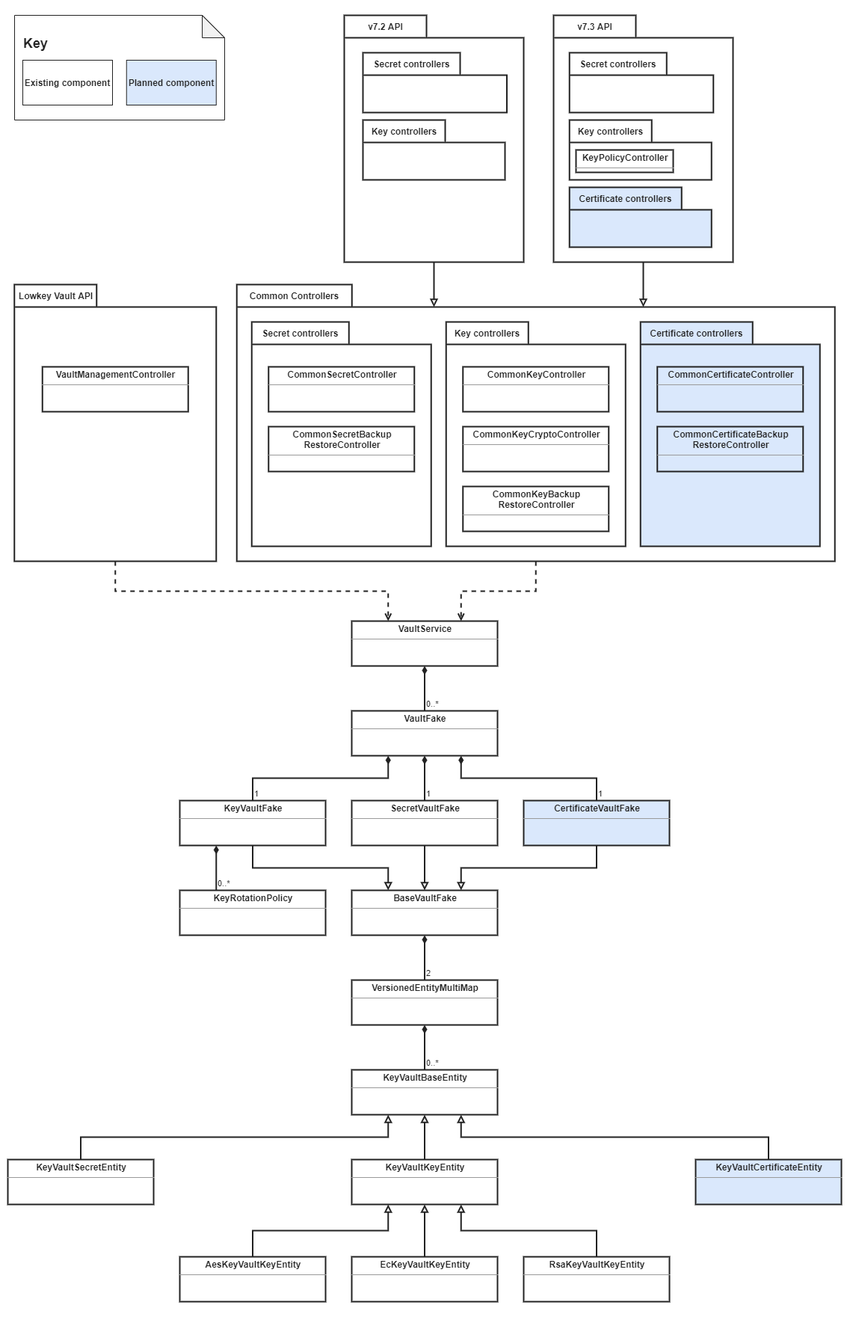
The draw.io diagram .github/assets/LowkeyVaultArchitecture-Classes.png in nagyesta/lowkey-vault, before a commit. Source tidied: cells renumbered, new cells last; positions are measured from the earlier drawing's top-left corner, leaving out a move shared by most shapes.
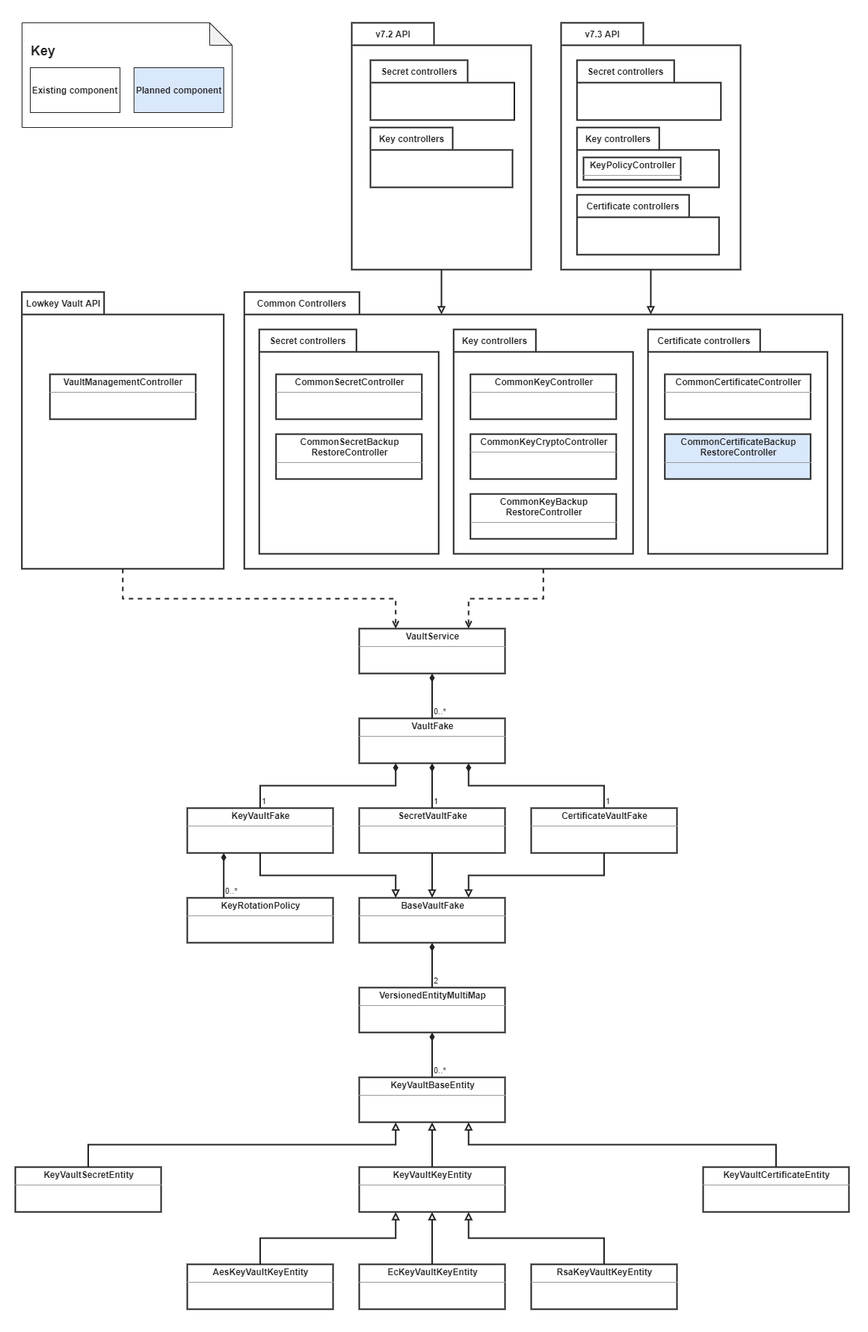
After the change.

Commit message:
Upload new version of architecture diagram

The edit, as a diff of the source:
```diff
@@ -29,7 +29,7 @@
     <mxCell id="10" value="&lt;p style=&quot;margin: 0px ; margin-top: 4px ; text-align: center&quot;&gt;&lt;b&gt;BaseVaultFake&lt;/b&gt;&lt;/p&gt;&lt;hr size=&quot;1&quot;&gt;&lt;div style=&quot;height: 2px&quot;&gt;&lt;/div&gt;" style="verticalAlign=top;align=left;overflow=fill;fontSize=12;fontFamily=Helvetica;html=1;strokeWidth=2;fillColor=#FFFFFF;strokeColor=#222222;fontColor=#222222;" parent="1" vertex="1">
       <mxGeometry x="470" y="1190" width="195" height="60" as="geometry" />
     </mxCell>
-    <mxCell id="11" value="&lt;p style=&quot;margin: 0px ; margin-top: 4px ; text-align: center&quot;&gt;&lt;b&gt;CertificateVaultFake&lt;/b&gt;&lt;/p&gt;&lt;hr size=&quot;1&quot;&gt;&lt;div style=&quot;height: 2px&quot;&gt;&lt;/div&gt;" style="verticalAlign=top;align=left;overflow=fill;fontSize=12;fontFamily=Helvetica;html=1;strokeWidth=2;strokeColor=#222222;fontColor=#222222;fillColor=#DAE8FC;" parent="1" vertex="1">
+    <mxCell id="11" value="&lt;p style=&quot;margin: 0px ; margin-top: 4px ; text-align: center&quot;&gt;&lt;b&gt;CertificateVaultFake&lt;/b&gt;&lt;/p&gt;&lt;hr size=&quot;1&quot;&gt;&lt;div style=&quot;height: 2px&quot;&gt;&lt;/div&gt;" style="verticalAlign=top;align=left;overflow=fill;fontSize=12;fontFamily=Helvetica;html=1;strokeWidth=2;strokeColor=#222222;fontColor=#222222;" parent="1" vertex="1">
       <mxGeometry x="700" y="1070" width="195" height="60" as="geometry" />
     </mxCell>
     <mxCell id="12" value="1" style="edgeStyle=orthogonalEdgeStyle;rounded=0;jettySize=auto;html=1;exitX=0.5;exitY=1;exitDx=0;exitDy=0;strokeWidth=2;startArrow=diamondThin;startFill=1;endArrow=none;endFill=0;labelPosition=right;verticalLabelPosition=top;align=left;verticalAlign=bottom;entryX=0.5;entryY=0;entryDx=0;entryDy=0;strokeColor=#222222;fontColor=#222222;" parent="1" edge="1" source="5" target="6">
@@ -62,7 +62,7 @@
     <mxCell id="21" value="&lt;p style=&quot;margin: 0px ; margin-top: 4px ; text-align: center&quot;&gt;&lt;b&gt;KeyVaultKeyEntity&lt;/b&gt;&lt;/p&gt;&lt;hr size=&quot;1&quot;&gt;&lt;div style=&quot;height: 2px&quot;&gt;&lt;/div&gt;" style="verticalAlign=top;align=left;overflow=fill;fontSize=12;fontFamily=Helvetica;html=1;strokeWidth=2;fillColor=#FFFFFF;strokeColor=#222222;fontColor=#222222;" parent="1" vertex="1">
       <mxGeometry x="470" y="1550" width="195" height="60" as="geometry" />
     </mxCell>
-    <mxCell id="22" value="&lt;p style=&quot;margin: 0px ; margin-top: 4px ; text-align: center&quot;&gt;&lt;b&gt;KeyVaultCertificateEntity&lt;/b&gt;&lt;/p&gt;&lt;hr size=&quot;1&quot;&gt;&lt;div style=&quot;height: 2px&quot;&gt;&lt;/div&gt;" style="verticalAlign=top;align=left;overflow=fill;fontSize=12;fontFamily=Helvetica;html=1;strokeWidth=2;strokeColor=#222222;fontColor=#222222;fillColor=#DAE8FC;" parent="1" vertex="1">
+    <mxCell id="22" value="&lt;p style=&quot;margin: 0px ; margin-top: 4px ; text-align: center&quot;&gt;&lt;b&gt;KeyVaultCertificateEntity&lt;/b&gt;&lt;/p&gt;&lt;hr size=&quot;1&quot;&gt;&lt;div style=&quot;height: 2px&quot;&gt;&lt;/div&gt;" style="verticalAlign=top;align=left;overflow=fill;fontSize=12;fontFamily=Helvetica;html=1;strokeWidth=2;strokeColor=#222222;fontColor=#222222;" parent="1" vertex="1">
       <mxGeometry x="930" y="1550" width="195" height="60" as="geometry" />
     </mxCell>
     <mxCell id="23" value="&lt;p style=&quot;margin: 0px ; margin-top: 4px ; text-align: center&quot;&gt;&lt;b&gt;AesKeyVaultKeyEntity&lt;/b&gt;&lt;/p&gt;&lt;hr size=&quot;1&quot;&gt;&lt;div style=&quot;height: 2px&quot;&gt;&lt;/div&gt;" style="verticalAlign=top;align=left;overflow=fill;fontSize=12;fontFamily=Helvetica;html=1;strokeWidth=2;fillColor=#FFFFFF;strokeColor=#222222;fontColor=#222222;" parent="1" vertex="1">
@@ -115,7 +115,7 @@
     <mxCell id="37" value="Key controllers" style="shape=folder;fontStyle=1;tabWidth=110;tabHeight=30;tabPosition=left;html=1;boundedLbl=1;labelInHeader=1;strokeWidth=2;fillColor=#FFFFFF;strokeColor=#222222;fontColor=#222222;" parent="34" vertex="1">
       <mxGeometry x="280" y="50" width="240" height="300" as="geometry" />
     </mxCell>
-    <mxCell id="38" value="Certificate controllers" style="shape=folder;fontStyle=1;tabWidth=150;tabHeight=30;tabPosition=left;html=1;boundedLbl=1;labelInHeader=1;strokeWidth=2;strokeColor=#222222;fontColor=#222222;fillColor=#DAE8FC;" parent="34" vertex="1">
+    <mxCell id="38" value="Certificate controllers" style="shape=folder;fontStyle=1;tabWidth=150;tabHeight=30;tabPosition=left;html=1;boundedLbl=1;labelInHeader=1;strokeWidth=2;strokeColor=#222222;fontColor=#222222;" parent="34" vertex="1">
       <mxGeometry x="540" y="50" width="240" height="300" as="geometry" />
     </mxCell>
     <mxCell id="39" value="&lt;p style=&quot;margin: 0px ; margin-top: 4px ; text-align: center&quot;&gt;&lt;b&gt;CommonSecretController&lt;/b&gt;&lt;/p&gt;&lt;hr size=&quot;1&quot;&gt;&lt;div style=&quot;height: 2px&quot;&gt;&lt;/div&gt;" style="verticalAlign=top;align=left;overflow=fill;fontSize=12;fontFamily=Helvetica;html=1;strokeWidth=2;fillColor=#FFFFFF;strokeColor=#222222;fontColor=#222222;" parent="34" vertex="1">
@@ -133,7 +133,7 @@
     <mxCell id="43" value="&lt;p style=&quot;margin: 0px ; margin-top: 4px ; text-align: center&quot;&gt;&lt;b&gt;CommonKeyBackup&lt;br&gt;RestoreController&lt;/b&gt;&lt;/p&gt;&lt;hr size=&quot;1&quot;&gt;&lt;div style=&quot;height: 2px&quot;&gt;&lt;/div&gt;" style="verticalAlign=top;align=left;overflow=fill;fontSize=12;fontFamily=Helvetica;html=1;strokeWidth=2;fillColor=#FFFFFF;strokeColor=#222222;fontColor=#222222;" parent="34" vertex="1">
       <mxGeometry x="302.5" y="270" width="195" height="60" as="geometry" />
     </mxCell>
-    <mxCell id="44" value="&lt;p style=&quot;margin: 0px ; margin-top: 4px ; text-align: center&quot;&gt;&lt;b&gt;CommonCertificateController&lt;/b&gt;&lt;/p&gt;&lt;hr size=&quot;1&quot;&gt;&lt;div style=&quot;height: 2px&quot;&gt;&lt;/div&gt;" style="verticalAlign=top;align=left;overflow=fill;fontSize=12;fontFamily=Helvetica;html=1;strokeWidth=2;strokeColor=#222222;fontColor=#222222;fillColor=#DAE8FC;" parent="34" vertex="1">
+    <mxCell id="44" value="&lt;p style=&quot;margin: 0px ; margin-top: 4px ; text-align: center&quot;&gt;&lt;b&gt;CommonCertificateController&lt;/b&gt;&lt;/p&gt;&lt;hr size=&quot;1&quot;&gt;&lt;div style=&quot;height: 2px&quot;&gt;&lt;/div&gt;" style="verticalAlign=top;align=left;overflow=fill;fontSize=12;fontFamily=Helvetica;html=1;strokeWidth=2;strokeColor=#222222;fontColor=#222222;" parent="34" vertex="1">
       <mxGeometry x="562.5" y="110" width="195" height="60" as="geometry" />
     </mxCell>
     <mxCell id="45" value="&lt;p style=&quot;margin: 0px ; margin-top: 4px ; text-align: center&quot;&gt;&lt;b&gt;CommonCertificateBackup&lt;br&gt;RestoreController&lt;/b&gt;&lt;/p&gt;&lt;hr size=&quot;1&quot;&gt;&lt;div style=&quot;height: 2px&quot;&gt;&lt;/div&gt;" style="verticalAlign=top;align=left;overflow=fill;fontSize=12;fontFamily=Helvetica;html=1;strokeWidth=2;strokeColor=#222222;fontColor=#222222;fillColor=#DAE8FC;" parent="34" vertex="1">
@@ -163,7 +163,7 @@
     <mxCell id="53" value="Key controllers" style="shape=folder;fontStyle=1;tabWidth=110;tabHeight=30;tabPosition=left;html=1;boundedLbl=1;labelInHeader=1;strokeWidth=2;fillColor=#FFFFFF;strokeColor=#222222;fontColor=#222222;" parent="1" vertex="1">
       <mxGeometry x="761.2" y="160" width="190" height="80" as="geometry" />
     </mxCell>
-    <mxCell id="54" value="Certificate controllers" style="shape=folder;fontStyle=1;tabWidth=150;tabHeight=30;tabPosition=left;html=1;boundedLbl=1;labelInHeader=1;strokeWidth=2;strokeColor=#222222;fontColor=#222222;sketch=0;fillColor=#DAE8FC;" parent="1" vertex="1">
+    <mxCell id="54" value="Certificate controllers" style="shape=folder;fontStyle=1;tabWidth=150;tabHeight=30;tabPosition=left;html=1;boundedLbl=1;labelInHeader=1;strokeWidth=2;strokeColor=#222222;fontColor=#222222;sketch=0;" parent="1" vertex="1">
       <mxGeometry x="761.2" y="250" width="190" height="80" as="geometry" />
     </mxCell>
     <mxCell id="55" value="Secret controllers" style="shape=folder;fontStyle=1;tabWidth=130;tabHeight=30;tabPosition=left;html=1;boundedLbl=1;labelInHeader=1;strokeWidth=2;fillColor=#FFFFFF;strokeColor=#222222;fontColor=#222222;" parent="1" vertex="1">
```
